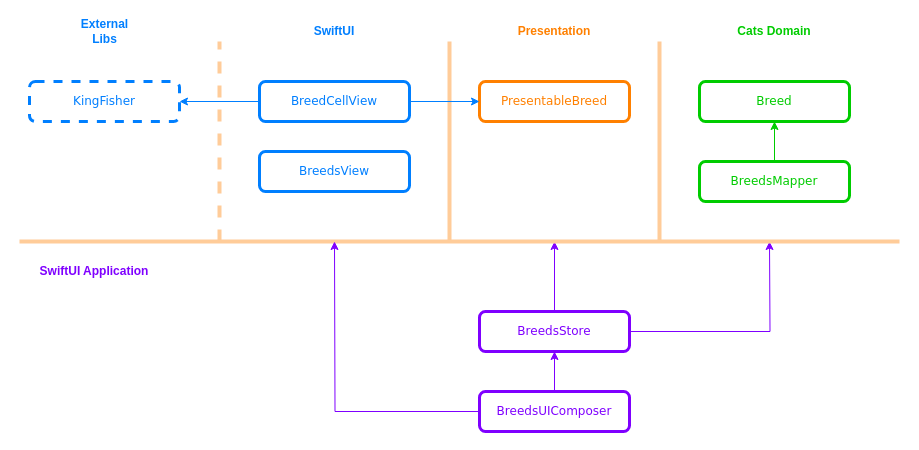
AlfredoHernandez/CatsApp keeps this draw.io diagram as CatsApp.drawio. Above is the earlier version. Source tidied: cells renumbered, new cells numbered last; positions are measured from the earlier drawing's top-left corner, leaving out a move shared by most shapes. Both pictures are drawn from the tidied source at 100%, with x=0, y=0 at pixel (19, 21).
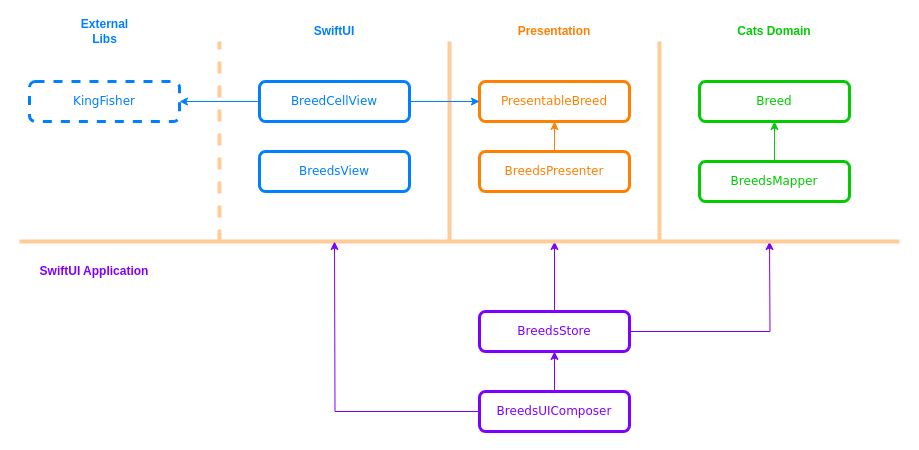
After the change.

Unchanged cells that the change refers to:
```xml
<mxCell id="2" value="&lt;font face=&quot;Verdana&quot; color=&quot;#ff8000&quot;&gt;PresentableBreed&lt;/font&gt;" style="rounded=1;whiteSpace=wrap;html=1;fillColor=none;strokeColor=#FF8000;strokeWidth=3;" parent="1" vertex="1">
  <mxGeometry x="460" y="60" width="150" height="40" as="geometry" />
</mxCell>
```

The edit, as a diff of the source:
```diff
@@
+    <mxCell id="26" style="edgeStyle=orthogonalEdgeStyle;rounded=0;jettySize=auto;html=1;exitX=0.5;exitY=0;exitDx=0;exitDy=0;entryX=0.5;entryY=1;entryDx=0;entryDy=0;strokeColor=#FF8000;" parent="1" edge="1" source="27" target="2">
+      <mxGeometry relative="1" as="geometry" />
+    </mxCell>
+    <mxCell id="27" value="&lt;font face=&quot;Verdana&quot; color=&quot;#ff8000&quot;&gt;BreedsPresenter&lt;br&gt;&lt;/font&gt;" style="rounded=1;whiteSpace=wrap;html=1;fillColor=none;strokeColor=#FF8000;strokeWidth=3;" parent="1" vertex="1">
+      <mxGeometry x="460" y="130" width="150" height="40" as="geometry" />
+    </mxCell>
```
